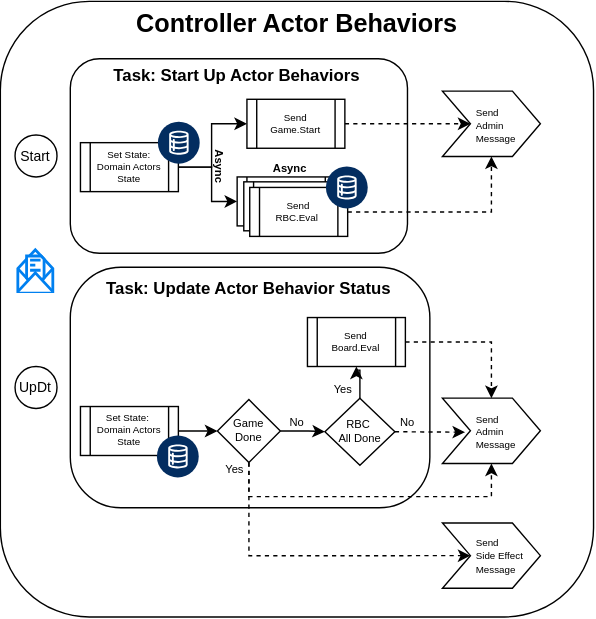
Above: docs/diagrams/ControllerActor.svg in sunlao/py_sudoku_solver (draw.io), before the change. Source tidied: cells renumbered, new cells last; positions are measured from the earlier drawing's top-left corner, leaving out a move shared by most shapes.
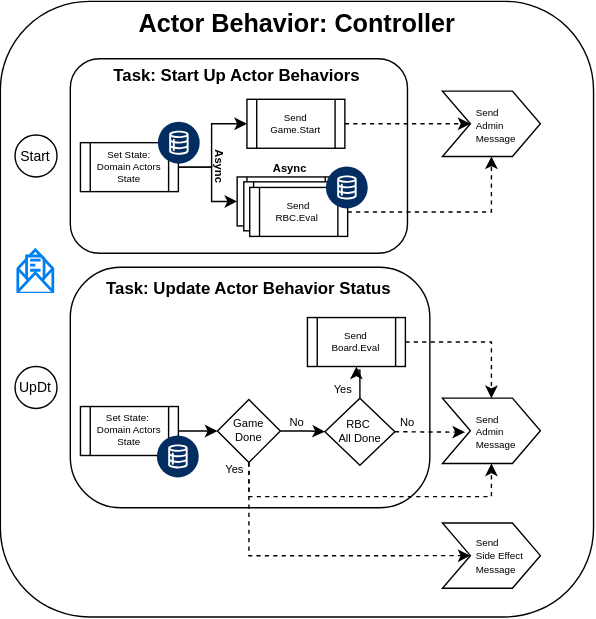
Above is the later version.

What changed in the source:
```diff
@@ -75,7 +75,7 @@
     <mxCell id="22" value="Async" style="text;html=1;whiteSpace=wrap;strokeColor=none;fillColor=none;align=center;verticalAlign=middle;rounded=0;fontSize=8;fontStyle=1;" parent="1" vertex="1">
       <mxGeometry x="197.2" y="113" width="20" height="12.5" as="geometry" />
     </mxCell>
-    <mxCell id="23" value="Controller Actor Behaviors" style="text;html=1;whiteSpace=wrap;strokeColor=none;fillColor=none;align=center;verticalAlign=middle;rounded=0;fontStyle=1;fontSize=18;" parent="1" vertex="1">
+    <mxCell id="23" value="Actor Behavior: Controller" style="text;html=1;whiteSpace=wrap;strokeColor=none;fillColor=none;align=center;verticalAlign=middle;rounded=0;fontStyle=1;fontSize=18;" parent="1" vertex="1">
       <mxGeometry y="3" width="424" height="27" as="geometry" />
     </mxCell>
     <mxCell id="24" style="edgeStyle=orthogonalEdgeStyle;rounded=0;orthogonalLoop=1;jettySize=auto;html=1;" parent="1" edge="1">
```
